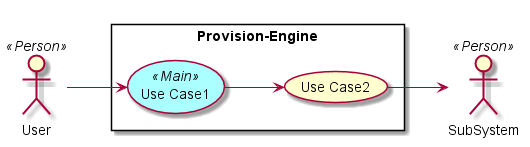
Earlier version of the PlantUML export docs/Solution/Provision-Engine/UseCases.png (CAADE/C3).
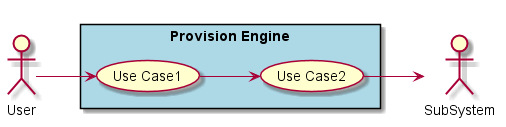
After the change.

What changed in the source:
```diff
@@ -2,18 +2,13 @@
 
 left to right direction
 
-skinparam usecase {
-  BackgroudnColor #ffffaa
-  BackgroundColor<<Main>> #aaffff
-}
-actor :User: <<Person>>
-actor :SubSystem: <<Person>>
+actor :User:
+actor :SubSystem:
 
 
-rectangle "Provision-Engine" {
-UseCase UC1 <<Main>> as "Use Case1"
-UseCase UC2  as "Use Case2"
-
+rectangle "Provision Engine" #lightblue {
+UseCase UC1 as "Use Case1"
+UseCase UC2 as "Use Case2"
 
 User --> UC1
 UC1 --> UC2
```
